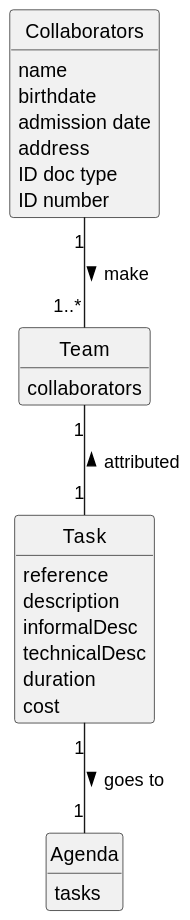
Above: docs/SprintC/us29/02.analysis/svg/us029-domain-model.svg in Departamento-de-Engenharia-Informatica/lei-24-s2-1df-1de-g063 (PlantUML), before the change. Its diagram source:
```plantuml
@startuml
skinparam monochrome true
skinparam packageStyle rectangle
skinparam shadowing false
skinparam monochrome true
skinparam packageStyle rectangle
skinparam shadowing false
skinparam classAttributeIconSize 0
hide circle
hide methods


class Team{
    collaborators
}

class Task {
    reference
    description
    informalDesc
    technicalDesc
    duration
    cost
}

class Collaborators {
    name
    birthdate
    admission date
    address
    contact info (mobile and email)
    ID doc type
    ID number
}

class Agenda{
    tasks
}

Task "1" -- "1" Agenda : goes to >
Team "1" -- "1" Task : attributed <
Collaborators "1" -- "1..*" Team : make >
@enduml
```
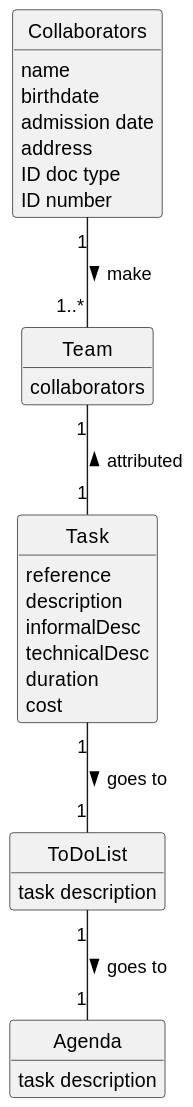
The same file after the commit.

Commit message:
Pequenas atualizações ao domain model 28/29

The edit, as a diff of the source:
```diff
@@ -33,11 +33,16 @@
     ID number
 }
 
-class Agenda{
-    tasks
+class ToDoList{
+    task description
 }
 
-Task "1" -- "1" Agenda : goes to >
+class Agenda{
+    task description
+}
+
+Task "1" -- "1" ToDoList : goes to >
 Team "1" -- "1" Task : attributed <
 Collaborators "1" -- "1..*" Team : make >
+ToDoList "1" -- "1" Agenda : goes to >
 @enduml
```
